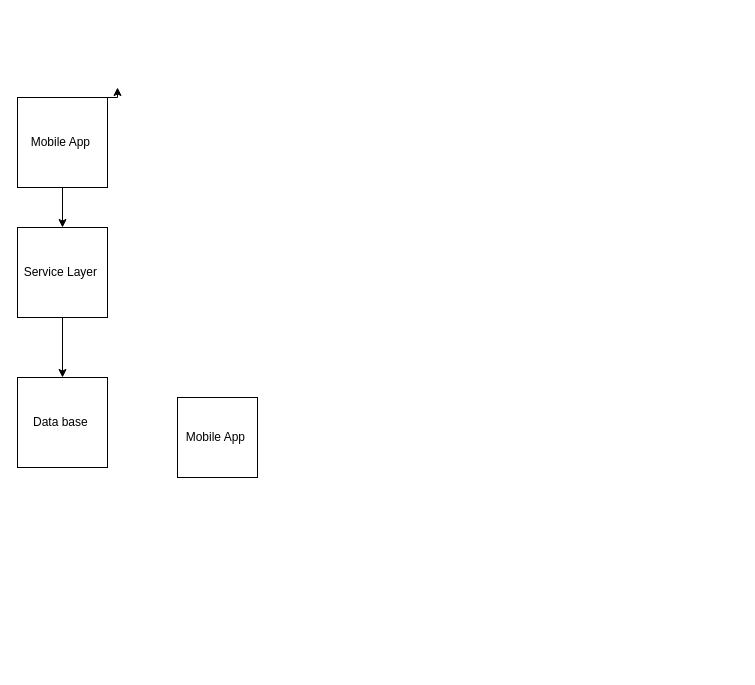
Above: diagrams/Mirrorverse.drawio in bit-boolean-and-beyond/bbb-website (draw.io), before the change. Source tidied: cells renumbered, new cells numbered last; positions are measured from the earlier drawing's top-left corner, leaving out a move shared by most shapes. Both pictures are drawn from the tidied source at 100%, with x=0, y=0 at pixel (17, 87).
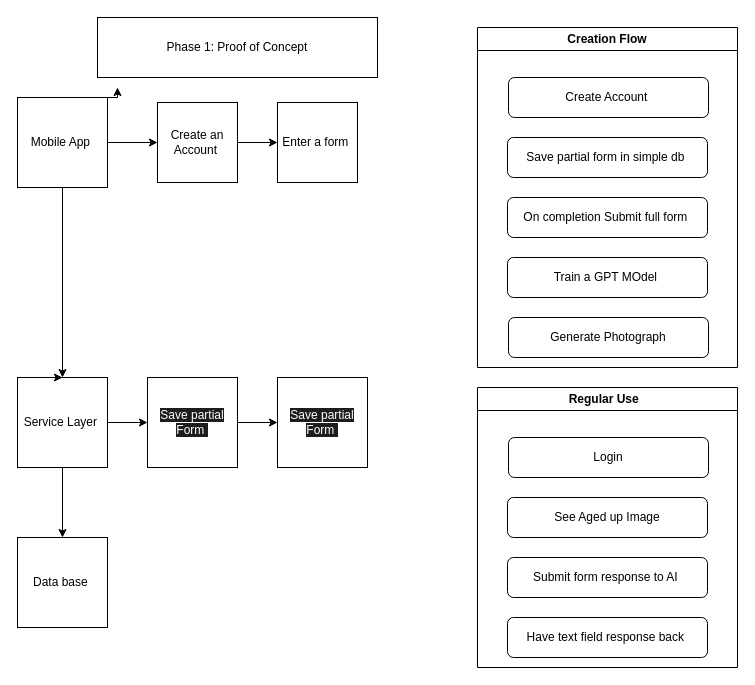
Above is the later version.

Unchanged cells that the change refers to:
```xml
<mxCell id="4" value="Mobile App&amp;nbsp;" style="whiteSpace=wrap;html=1;" parent="1" vertex="1">
  <mxGeometry y="10" width="90" height="90" as="geometry" />
</mxCell>
```

Change to the diagram source:
```diff
@@
+    <mxCell id="9" style="edgeStyle=orthogonalEdgeStyle;rounded=0;jettySize=auto;html=1;" parent="1" edge="1" source="4" target="7">
+      <mxGeometry relative="1" as="geometry" />
+    </mxCell>
@@
+    <mxCell id="10" style="edgeStyle=orthogonalEdgeStyle;rounded=0;jettySize=auto;html=1;" parent="1" edge="1" source="6" target="27">
+      <mxGeometry relative="1" as="geometry" />
+    </mxCell>
     <mxCell id="6" value="Service Layer&amp;nbsp;" style="whiteSpace=wrap;html=1;" parent="1" vertex="1">
-      <mxGeometry y="140" width="90" height="90" as="geometry" />
+      <mxGeometry y="290" width="90" height="90" as="geometry" />
     </mxCell>
+    <mxCell id="11" style="edgeStyle=orthogonalEdgeStyle;rounded=0;jettySize=auto;html=1;" parent="1" edge="1" source="7" target="12">
+      <mxGeometry relative="1" as="geometry" />
+    </mxCell>
-    <mxCell id="7" value="Mobile App&amp;nbsp;" style="whiteSpace=wrap;html=1;" parent="1" vertex="1">
-      <mxGeometry x="160" y="310" width="80" height="80" as="geometry" />
+    <mxCell id="7" value="Create an Account&amp;nbsp;" style="whiteSpace=wrap;html=1;" parent="1" vertex="1">
+      <mxGeometry x="140" y="15" width="80" height="80" as="geometry" />
     </mxCell>
     <mxCell id="8" value="Data base&amp;nbsp;" style="whiteSpace=wrap;html=1;" parent="1" vertex="1">
-      <mxGeometry y="290" width="90" height="90" as="geometry" />
+      <mxGeometry y="450" width="90" height="90" as="geometry" />
     </mxCell>
+    <mxCell id="12" value="Enter a form&amp;nbsp;" style="whiteSpace=wrap;html=1;" parent="1" vertex="1">
+      <mxGeometry x="260" y="15" width="80" height="80" as="geometry" />
+    </mxCell>
+    <mxCell id="13" value="Phase 1: Proof of Concept" style="rounded=0;whiteSpace=wrap;html=1;" parent="1" vertex="1">
+      <mxGeometry x="80" y="-70" width="280" height="60" as="geometry" />
+    </mxCell>
+    <mxCell id="14" value="Creation Flow" style="swimlane;whiteSpace=wrap;html=1;" parent="1" vertex="1">
+      <mxGeometry x="460" y="-60" width="260" height="340" as="geometry" />
+    </mxCell>
+    <mxCell id="15" value="Create Account&amp;nbsp;" style="rounded=1;whiteSpace=wrap;html=1;" parent="14" vertex="1">
+      <mxGeometry x="31" y="50" width="200" height="40" as="geometry" />
+    </mxCell>
+    <mxCell id="16" value="Save partial form in simple db&amp;nbsp;" style="rounded=1;whiteSpace=wrap;html=1;" parent="14" vertex="1">
+      <mxGeometry x="30" y="110" width="200" height="40" as="geometry" />
+    </mxCell>
+    <mxCell id="17" value="On completion Submit full form&amp;nbsp;" style="rounded=1;whiteSpace=wrap;html=1;" parent="14" vertex="1">
+      <mxGeometry x="30" y="170" width="200" height="40" as="geometry" />
+    </mxCell>
+    <mxCell id="18" value="Train a GPT MOdel&amp;nbsp;" style="rounded=1;whiteSpace=wrap;html=1;" parent="14" vertex="1">
+      <mxGeometry x="30" y="230" width="200" height="40" as="geometry" />
+    </mxCell>
+    <mxCell id="19" value="Generate Photograph" style="rounded=1;whiteSpace=wrap;html=1;" parent="14" vertex="1">
+      <mxGeometry x="31" y="290" width="200" height="40" as="geometry" />
+    </mxCell>
+    <mxCell id="20" style="edgeStyle=orthogonalEdgeStyle;rounded=0;orthogonalLoop=1;jettySize=auto;html=1;exitX=0.25;exitY=0;exitDx=0;exitDy=0;entryX=0.5;entryY=0;entryDx=0;entryDy=0;" parent="1" edge="1" source="6" target="6">
+      <mxGeometry relative="1" as="geometry" />
+    </mxCell>
+    <mxCell id="21" value="Regular Use&amp;nbsp;&amp;nbsp;" style="swimlane;whiteSpace=wrap;html=1;" parent="1" vertex="1">
+      <mxGeometry x="460" y="300" width="260" height="280" as="geometry" />
+    </mxCell>
+    <mxCell id="22" value="Login" style="rounded=1;whiteSpace=wrap;html=1;" parent="21" vertex="1">
+      <mxGeometry x="31" y="50" width="200" height="40" as="geometry" />
+    </mxCell>
+    <mxCell id="23" value="See Aged up Image" style="rounded=1;whiteSpace=wrap;html=1;" parent="21" vertex="1">
+      <mxGeometry x="30" y="110" width="200" height="40" as="geometry" />
+    </mxCell>
+    <mxCell id="24" value="Submit form response to AI&amp;nbsp;" style="rounded=1;whiteSpace=wrap;html=1;" parent="21" vertex="1">
+      <mxGeometry x="30" y="170" width="200" height="40" as="geometry" />
+    </mxCell>
+    <mxCell id="25" value="Have text field response back&amp;nbsp;" style="rounded=1;whiteSpace=wrap;html=1;" parent="21" vertex="1">
+      <mxGeometry x="30" y="230" width="200" height="40" as="geometry" />
+    </mxCell>
+    <mxCell id="26" style="edgeStyle=orthogonalEdgeStyle;rounded=0;jettySize=auto;html=1;" parent="1" edge="1" source="27" target="28">
+      <mxGeometry relative="1" as="geometry" />
+    </mxCell>
+    <mxCell id="27" value="&lt;span style=&quot;color: rgb(255, 255, 255); font-family: Helvetica; font-size: 12px; font-style: normal; font-variant-ligatures: normal; font-variant-caps: normal; font-weight: 400; letter-spacing: normal; orphans: 2; text-align: center; text-indent: 0px; text-transform: none; widows: 2; word-spacing: 0px; -webkit-text-stroke-width: 0px; white-space: normal; background-color: rgb(27, 29, 30); text-decoration-thickness: initial; text-decoration-style: initial; text-decoration-color: initial; display: inline !important; float: none;&quot;&gt;Save partial Form&amp;nbsp;&lt;/span&gt;" style="whiteSpace=wrap;html=1;" parent="1" vertex="1">
+      <mxGeometry x="130" y="290" width="90" height="90" as="geometry" />
+    </mxCell>
+    <mxCell id="28" value="&lt;span style=&quot;color: rgb(255, 255, 255); font-family: Helvetica; font-size: 12px; font-style: normal; font-variant-ligatures: normal; font-variant-caps: normal; font-weight: 400; letter-spacing: normal; orphans: 2; text-align: center; text-indent: 0px; text-transform: none; widows: 2; word-spacing: 0px; -webkit-text-stroke-width: 0px; white-space: normal; background-color: rgb(27, 29, 30); text-decoration-thickness: initial; text-decoration-style: initial; text-decoration-color: initial; display: inline !important; float: none;&quot;&gt;Save partial Form&amp;nbsp;&lt;/span&gt;" style="whiteSpace=wrap;html=1;" parent="1" vertex="1">
+      <mxGeometry x="260" y="290" width="90" height="90" as="geometry" />
+    </mxCell>
```
